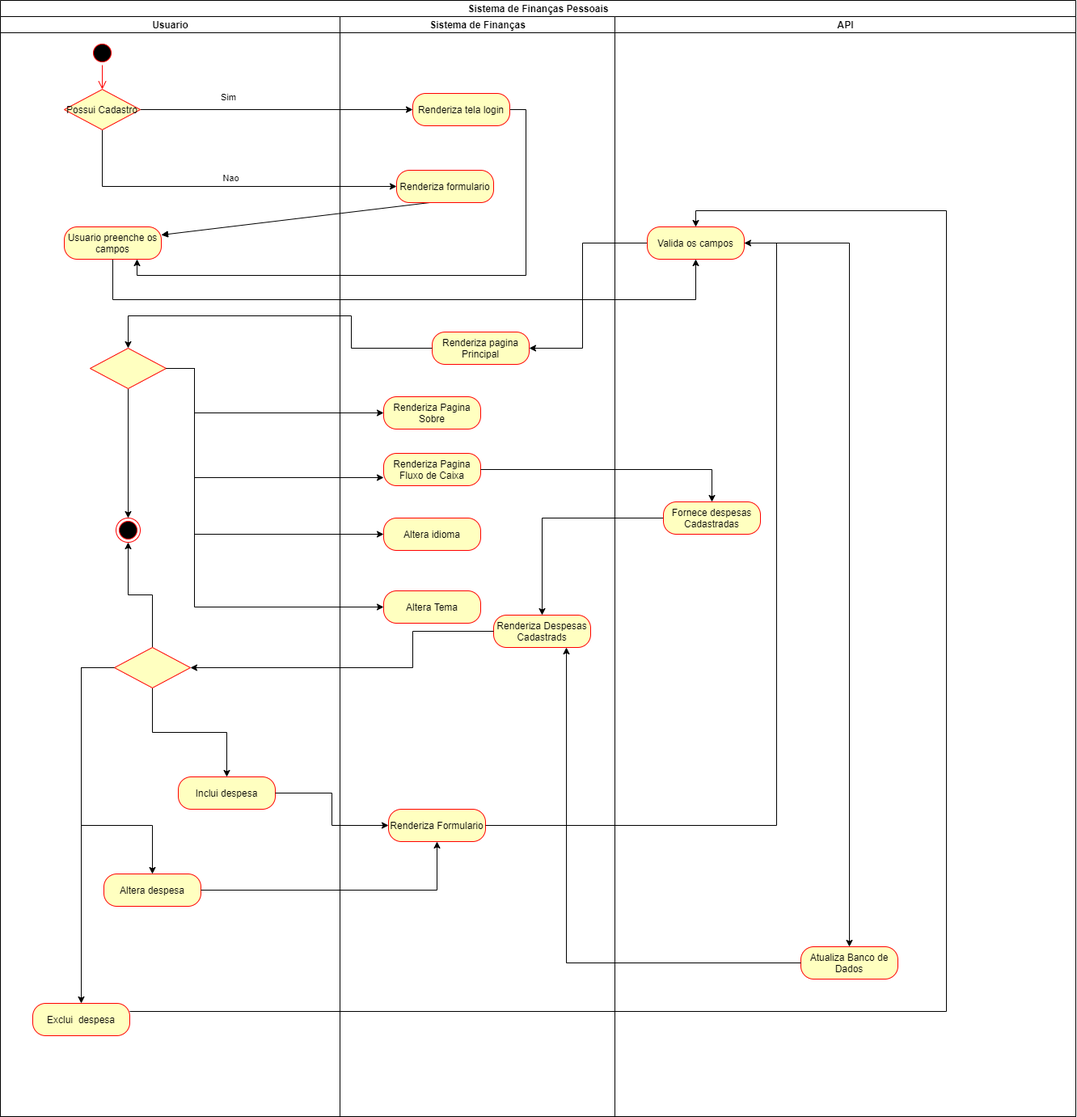
flaviosenne/despesa-facil keeps this draw.io diagram as Diagramas/Diagrama_Atividade_DespesaFacil_V2.png. Above is the earlier version. Source tidied: cells renumbered, new cells last; positions are measured from the earlier drawing's top-left corner, leaving out a move shared by most shapes.
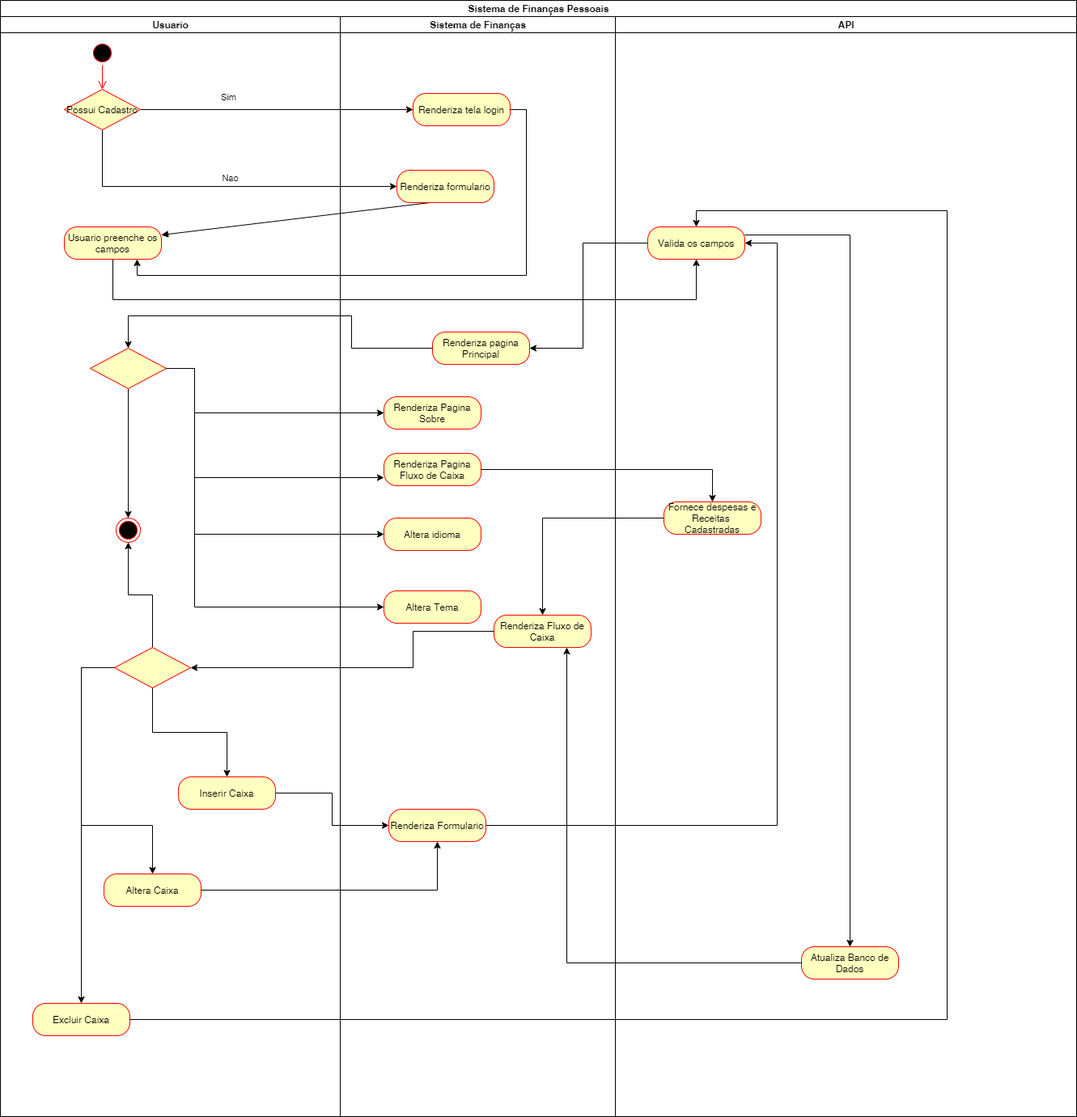
After the change.

Commit message:
digrama de atividade

What changed in the source:
```diff
@@ -34,7 +34,7 @@
     <mxCell id="8" value="Usuario" style="swimlane;html=1;startSize=20;" parent="2" vertex="1">
       <mxGeometry y="20" width="420" height="1360" as="geometry" />
     </mxCell>
-    <mxCell id="9" value="Exclui&amp;nbsp; despesa" style="rounded=1;whiteSpace=wrap;html=1;arcSize=40;fontColor=#000000;fillColor=#ffffc0;strokeColor=#ff0000;" parent="8" vertex="1">
+    <mxCell id="9" value="Excluir Caixa" style="rounded=1;whiteSpace=wrap;html=1;arcSize=40;fontColor=#000000;fillColor=#ffffc0;strokeColor=#ff0000;" parent="8" vertex="1">
       <mxGeometry x="40" y="1220" width="120" height="40" as="geometry" />
     </mxCell>
     <mxCell id="10" style="ellipse;html=1;shape=startState;fillColor=#000000;strokeColor=#ff0000;" parent="8" vertex="1">
@@ -67,7 +67,7 @@
     <mxCell id="17" style="ellipse;html=1;shape=endState;fillColor=#000000;strokeColor=#ff0000;" parent="8" vertex="1">
       <mxGeometry x="143" y="620" width="30" height="30" as="geometry" />
     </mxCell>
-    <mxCell id="18" value="Altera despesa" style="rounded=1;whiteSpace=wrap;html=1;arcSize=40;fontColor=#000000;fillColor=#ffffc0;strokeColor=#ff0000;" parent="8" vertex="1">
+    <mxCell id="18" value="Altera Caixa" style="rounded=1;whiteSpace=wrap;html=1;arcSize=40;fontColor=#000000;fillColor=#ffffc0;strokeColor=#ff0000;" parent="8" vertex="1">
       <mxGeometry x="128" y="1060" width="120" height="40" as="geometry" />
     </mxCell>
     <mxCell id="19" style="edgeStyle=orthogonalEdgeStyle;rounded=0;jettySize=auto;html=1;entryX=0.5;entryY=0;entryDx=0;entryDy=0;" parent="8" edge="1" source="21" target="23">
@@ -86,7 +86,7 @@
         </Array>
       </mxGeometry>
     </mxCell>
-    <mxCell id="23" value="Inclui despesa" style="rounded=1;whiteSpace=wrap;html=1;arcSize=40;fontColor=#000000;fillColor=#ffffc0;strokeColor=#ff0000;" parent="8" vertex="1">
+    <mxCell id="23" value="Inserir Caixa" style="rounded=1;whiteSpace=wrap;html=1;arcSize=40;fontColor=#000000;fillColor=#ffffc0;strokeColor=#ff0000;" parent="8" vertex="1">
       <mxGeometry x="220" y="940" width="120" height="40" as="geometry" />
     </mxCell>
     <mxCell id="24" value="Sistema de Finanças" style="swimlane;html=1;startSize=20;" parent="2" vertex="1">
@@ -116,7 +116,7 @@
     <mxCell id="32" value="Renderiza pagina Principal" style="rounded=1;whiteSpace=wrap;html=1;arcSize=40;fontColor=#000000;fillColor=#ffffc0;strokeColor=#ff0000;" parent="24" vertex="1">
       <mxGeometry x="114" y="390" width="120" height="40" as="geometry" />
     </mxCell>
-    <mxCell id="33" value="Renderiza Despesas Cadastrads" style="rounded=1;whiteSpace=wrap;html=1;arcSize=40;fontColor=#000000;fillColor=#ffffc0;strokeColor=#ff0000;" parent="24" vertex="1">
+    <mxCell id="33" value="Renderiza Fluxo de Caixa" style="rounded=1;whiteSpace=wrap;html=1;arcSize=40;fontColor=#000000;fillColor=#ffffc0;strokeColor=#ff0000;" parent="24" vertex="1">
       <mxGeometry x="190" y="740" width="120" height="40" as="geometry" />
     </mxCell>
     <mxCell id="34" style="edgeStyle=orthogonalEdgeStyle;rounded=0;jettySize=auto;html=1;entryX=1;entryY=0.5;entryDx=0;entryDy=0;" parent="2" edge="1" source="46" target="32">
@@ -186,12 +186,16 @@
       <mxGeometry x="760" y="20" width="570" height="1360" as="geometry" />
     </mxCell>
     <mxCell id="45" style="edgeStyle=orthogonalEdgeStyle;rounded=0;jettySize=auto;html=1;" parent="44" edge="1" source="46" target="48">
-      <mxGeometry relative="1" as="geometry" />
+      <mxGeometry relative="1" as="geometry">
+        <Array as="points">
+          <mxPoint x="290" y="270" />
+        </Array>
+      </mxGeometry>
     </mxCell>
     <mxCell id="46" value="Valida os campos" style="rounded=1;whiteSpace=wrap;html=1;arcSize=40;fontColor=#000000;fillColor=#ffffc0;strokeColor=#ff0000;" parent="44" vertex="1">
       <mxGeometry x="40" y="260" width="120" height="40" as="geometry" />
     </mxCell>
-    <mxCell id="47" value="Fornece despesas Cadastradas" style="rounded=1;whiteSpace=wrap;html=1;arcSize=40;fontColor=#000000;fillColor=#ffffc0;strokeColor=#ff0000;" parent="44" vertex="1">
+    <mxCell id="47" value="Fornece despesas e Receitas&amp;nbsp; Cadastradas" style="rounded=1;whiteSpace=wrap;html=1;arcSize=40;fontColor=#000000;fillColor=#ffffc0;strokeColor=#ff0000;" parent="44" vertex="1">
       <mxGeometry x="60" y="600" width="120" height="40" as="geometry" />
     </mxCell>
     <mxCell id="48" value="Atualiza Banco de Dados" style="rounded=1;whiteSpace=wrap;html=1;arcSize=40;fontColor=#000000;fillColor=#ffffc0;strokeColor=#ff0000;" parent="44" vertex="1">
@@ -211,7 +215,7 @@
     <mxCell id="51" style="edgeStyle=orthogonalEdgeStyle;rounded=0;jettySize=auto;html=1;entryX=0.5;entryY=0;entryDx=0;entryDy=0;" parent="2" edge="1" source="9" target="46">
       <mxGeometry relative="1" as="geometry">
         <Array as="points">
-          <mxPoint x="1170" y="1250" />
+          <mxPoint x="1170" y="1260" />
           <mxPoint x="1170" y="260" />
           <mxPoint x="860" y="260" />
         </Array>
```
